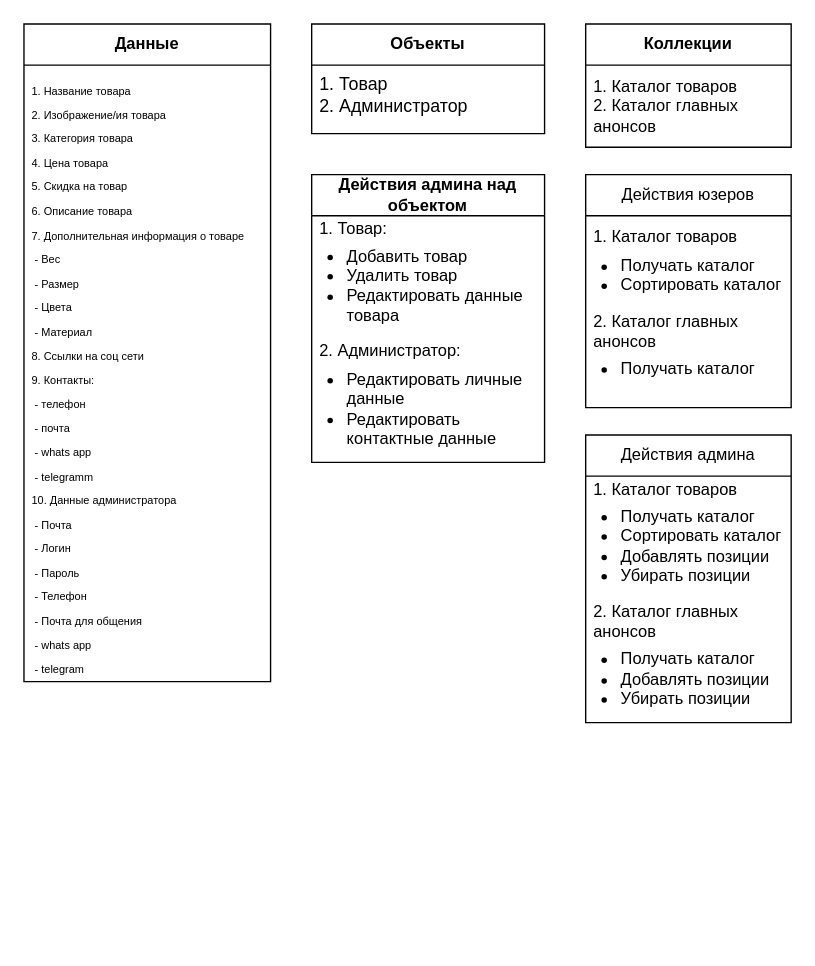
FulgrimPhoenix/My-UML keeps this draw.io diagram as margiana.drawio. Above is the earlier version. Source tidied: cells renumbered, new cells numbered last; positions are measured from the earlier drawing's top-left corner, leaving out a move shared by most shapes. Both pictures are drawn from the tidied source at 137%, with x=0, y=0 at pixel (23, 23).
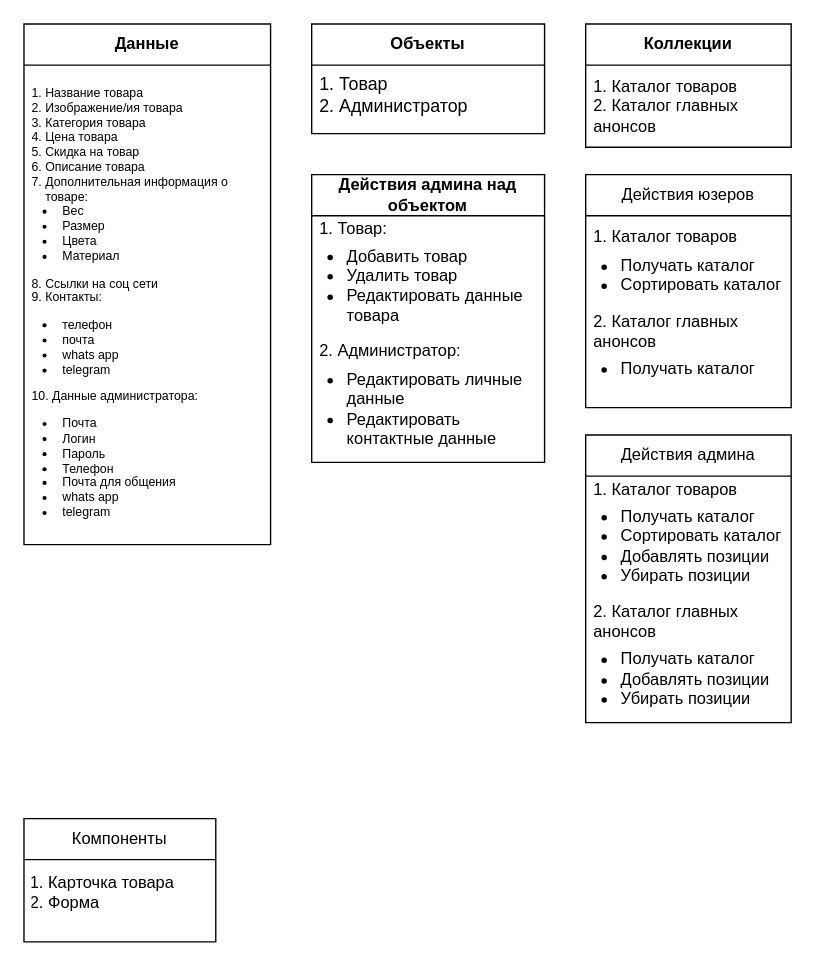
The same diagram, later.

Change to the diagram source:
```diff
@@
 <mxGraphModel>
   <root>
     <mxCell id="0" />
     <mxCell id="1" parent="0" />
     <mxCell id="2" value="&lt;b&gt;Данные&lt;/b&gt;" style="swimlane;fontStyle=0;horizontal=1;startSize=30;whiteSpace=wrap;html=1;" parent="1" vertex="1">
-      <mxGeometry width="180" height="480" as="geometry" />
+      <mxGeometry width="180" height="380" as="geometry" />
     </mxCell>
-    <mxCell id="3" value="&lt;p style=&quot;font-size: 8px;&quot;&gt;1. Название товара&lt;/p&gt;&lt;p style=&quot;font-size: 8px;&quot;&gt;2. Изображение/ия товара&lt;/p&gt;&lt;p style=&quot;font-size: 8px;&quot;&gt;3. Категория товара&lt;/p&gt;&lt;p style=&quot;font-size: 8px;&quot;&gt;4. Цена товара&lt;/p&gt;&lt;p style=&quot;font-size: 8px;&quot;&gt;5. Скидка на товар&lt;/p&gt;&lt;p style=&quot;font-size: 8px;&quot;&gt;6. Описание товара&lt;/p&gt;&lt;p style=&quot;font-size: 8px;&quot;&gt;7. Дополнительная информация о товаре&lt;/p&gt;&lt;p style=&quot;font-size: 8px;&quot;&gt;&amp;nbsp;- Вес&lt;/p&gt;&lt;p style=&quot;font-size: 8px;&quot;&gt;&amp;nbsp;- Размер&lt;/p&gt;&lt;p style=&quot;font-size: 8px;&quot;&gt;&amp;nbsp;- Цвета&lt;/p&gt;&lt;p style=&quot;font-size: 8px;&quot;&gt;&amp;nbsp;- Материал&lt;/p&gt;&lt;p style=&quot;font-size: 8px;&quot;&gt;8. Ссылки на соц сети&lt;/p&gt;&lt;p style=&quot;font-size: 8px;&quot;&gt;9. Контакты:&lt;/p&gt;&lt;p style=&quot;font-size: 8px;&quot;&gt;&amp;nbsp;- телефон&lt;/p&gt;&lt;p style=&quot;font-size: 8px;&quot;&gt;&amp;nbsp;- почта&lt;/p&gt;&lt;p style=&quot;font-size: 8px;&quot;&gt;&amp;nbsp;- whats app&lt;/p&gt;&lt;p style=&quot;font-size: 8px;&quot;&gt;&amp;nbsp;- telegramm&lt;/p&gt;&lt;p style=&quot;font-size: 8px;&quot;&gt;10. Данные администратора&lt;/p&gt;&lt;p style=&quot;font-size: 8px;&quot;&gt;&amp;nbsp;- Почта&lt;/p&gt;&lt;p style=&quot;font-size: 8px;&quot;&gt;&amp;nbsp;- Логин&lt;/p&gt;&lt;p style=&quot;font-size: 8px;&quot;&gt;&amp;nbsp;- Пароль&lt;/p&gt;&lt;p style=&quot;font-size: 8px;&quot;&gt;&amp;nbsp;- Телефон&lt;/p&gt;&lt;p style=&quot;font-size: 8px;&quot;&gt;&amp;nbsp;- Почта для общения&lt;/p&gt;&lt;p style=&quot;font-size: 8px;&quot;&gt;&amp;nbsp;- whats app&lt;/p&gt;&lt;p style=&quot;font-size: 8px;&quot;&gt;&amp;nbsp;- telegram&lt;/p&gt;" style="text;strokeColor=none;fillColor=none;align=left;verticalAlign=top;spacingLeft=4;spacingRight=4;overflow=hidden;whiteSpace=wrap;html=1;fontSize=8;" parent="2" vertex="1">
-      <mxGeometry y="30" width="180" height="450" as="geometry" />
+    <mxCell id="3" value="&lt;p style=&quot;font-size: 8px;&quot;&gt;&lt;/p&gt;&lt;ol style=&quot;padding-left: 10px; padding-bottom: 0px; margin-bottom: 0px; font-size: 9px;&quot;&gt;&lt;li&gt;&lt;font style=&quot;font-size: 9px;&quot;&gt;Название товара&lt;/font&gt;&lt;/li&gt;&lt;li&gt;&lt;font style=&quot;font-size: 9px;&quot;&gt;Изображение/ия товара&lt;/font&gt;&lt;/li&gt;&lt;li&gt;&lt;font style=&quot;font-size: 9px;&quot;&gt;Категория товара&lt;/font&gt;&lt;/li&gt;&lt;li&gt;&lt;font style=&quot;font-size: 9px;&quot;&gt;Цена товара&lt;/font&gt;&lt;/li&gt;&lt;li&gt;&lt;font style=&quot;font-size: 9px;&quot;&gt;Скидка на товар&lt;/font&gt;&lt;/li&gt;&lt;li&gt;&lt;font style=&quot;font-size: 9px;&quot;&gt;Описание товара&lt;/font&gt;&lt;/li&gt;&lt;li&gt;&lt;font style=&quot;font-size: 9px;&quot;&gt;Дополнительная информация о товаре:&lt;/font&gt;&lt;/li&gt;&lt;/ol&gt;&lt;ul style=&quot;padding-left: 20px; margin-top: 0px; margin-left: 0px; font-size: 9px;&quot;&gt;&lt;li&gt;&lt;font style=&quot;font-size: 9px;&quot;&gt;&amp;nbsp;Вес&lt;/font&gt;&lt;/li&gt;&lt;li&gt;&lt;font style=&quot;font-size: 9px;&quot;&gt;&amp;nbsp;Размер&lt;/font&gt;&lt;/li&gt;&lt;li&gt;&lt;font style=&quot;font-size: 9px;&quot;&gt;&amp;nbsp;Цвета&lt;/font&gt;&lt;/li&gt;&lt;li&gt;&lt;font style=&quot;font-size: 9px;&quot;&gt;&amp;nbsp;Материал&lt;/font&gt;&lt;/li&gt;&lt;/ul&gt;&lt;font style=&quot;font-size: 9px;&quot;&gt;&lt;span style=&quot;background-color: initial;&quot;&gt;8. Ссылки на соц сети&lt;/span&gt;&lt;br&gt;&lt;span style=&quot;background-color: initial;&quot;&gt;9. Контакты:&lt;/span&gt;&lt;br&gt;&lt;/font&gt;&lt;p style=&quot;font-size: 9px;&quot;&gt;&lt;/p&gt;&lt;p style=&quot;line-height: 120%; font-size: 9px;&quot;&gt;&lt;/p&gt;&lt;ul style=&quot;padding-left: 20px; margin-top: 0px; margin-bottom: 0px; line-height: 120%; font-size: 9px;&quot;&gt;&lt;li&gt;&lt;font style=&quot;font-size: 9px;&quot;&gt;&amp;nbsp;телефон&lt;/font&gt;&lt;/li&gt;&lt;li&gt;&lt;font style=&quot;font-size: 9px;&quot;&gt;&amp;nbsp;почта&lt;/font&gt;&lt;/li&gt;&lt;li&gt;&lt;font style=&quot;font-size: 9px;&quot;&gt;&amp;nbsp;whats app&lt;/font&gt;&lt;/li&gt;&lt;li&gt;&lt;font style=&quot;font-size: 9px;&quot;&gt;&amp;nbsp;telegram&lt;/font&gt;&lt;/li&gt;&lt;/ul&gt;&lt;p style=&quot;font-size: 9px;&quot;&gt;&lt;/p&gt;&lt;p style=&quot;font-size: 9px;&quot;&gt;&lt;font style=&quot;font-size: 9px;&quot;&gt;10. Данные администратора:&lt;/font&gt;&lt;/p&gt;&lt;p style=&quot;font-size: 9px;&quot;&gt;&lt;/p&gt;&lt;ul style=&quot;padding-left: 20px; font-size: 9px;&quot;&gt;&lt;li&gt;&lt;font style=&quot;font-size: 9px;&quot;&gt;&amp;nbsp;Почта&lt;/font&gt;&lt;/li&gt;&lt;li&gt;&lt;font style=&quot;font-size: 9px;&quot;&gt;&amp;nbsp;Логин&lt;/font&gt;&lt;/li&gt;&lt;li&gt;&lt;font style=&quot;font-size: 9px;&quot;&gt;&amp;nbsp;Пароль&lt;/font&gt;&lt;/li&gt;&lt;li&gt;&lt;font style=&quot;font-size: 9px;&quot;&gt;&amp;nbsp;Телефон&lt;/font&gt;&lt;/li&gt;&lt;li&gt;&lt;font style=&quot;font-size: 9px;&quot;&gt;&amp;nbsp;Почта для общения&lt;/font&gt;&lt;/li&gt;&lt;li&gt;&lt;font style=&quot;font-size: 9px;&quot;&gt;&amp;nbsp;whats app&lt;/font&gt;&lt;/li&gt;&lt;li&gt;&lt;font style=&quot;font-size: 9px;&quot;&gt;&amp;nbsp;telegram&lt;/font&gt;&lt;/li&gt;&lt;/ul&gt;&lt;p&gt;&lt;/p&gt;" style="text;strokeColor=none;fillColor=none;align=left;verticalAlign=top;spacingLeft=4;spacingRight=4;overflow=hidden;whiteSpace=wrap;html=1;fontSize=8;" parent="2" vertex="1">
+      <mxGeometry y="30" width="180" height="350" as="geometry" />
     </mxCell>
     <mxCell id="4" value="&lt;b&gt;Объекты&lt;/b&gt;" style="swimlane;fontStyle=0;horizontal=1;startSize=30;whiteSpace=wrap;html=1;align=center;" parent="1" vertex="1">
       <mxGeometry x="210" width="170" height="80" as="geometry" />
     </mxCell>
     <mxCell id="5" value="&lt;span style=&quot;background-color: initial; font-size: 13px;&quot;&gt;1. Товар&lt;/span&gt;&lt;br style=&quot;font-size: 13px;&quot;&gt;&lt;span style=&quot;background-color: initial; font-size: 13px;&quot;&gt;2. Администратор&lt;/span&gt;" style="text;strokeColor=none;fillColor=none;align=left;verticalAlign=top;spacingLeft=4;spacingRight=4;overflow=hidden;whiteSpace=wrap;html=1;fontSize=13;" parent="4" vertex="1">
       <mxGeometry y="30" width="170" height="50" as="geometry" />
     </mxCell>
     <mxCell id="6" value="&lt;b&gt;Коллекции&lt;/b&gt;" style="swimlane;fontStyle=0;horizontal=1;startSize=30;whiteSpace=wrap;html=1;" parent="1" vertex="1">
       <mxGeometry x="410" width="150" height="90" as="geometry" />
     </mxCell>
     <mxCell id="7" value="1. Каталог товаров&lt;div&gt;2. Каталог главных анонсов&lt;/div&gt;" style="text;strokeColor=none;fillColor=none;align=left;verticalAlign=middle;spacingLeft=4;spacingRight=4;overflow=hidden;whiteSpace=wrap;html=1;" parent="6" vertex="1">
       <mxGeometry y="30" width="150" height="60" as="geometry" />
     </mxCell>
     <mxCell id="8" value="&lt;b&gt;Действия админа над объектом&lt;/b&gt;" style="swimlane;fontStyle=0;horizontal=1;startSize=30;whiteSpace=wrap;html=1;" parent="1" vertex="1">
       <mxGeometry x="210" y="110" width="170" height="210" as="geometry" />
     </mxCell>
     <mxCell id="9" value="&lt;span style=&quot;background-color: initial;&quot;&gt;1. Товар:&lt;/span&gt;&lt;div&gt;&lt;ul style=&quot;padding-left: 20px; margin-top: 6px;&quot;&gt;&lt;li&gt;Добавить товар&lt;/li&gt;&lt;li&gt;Удалить товар&lt;/li&gt;&lt;li&gt;Редактировать данные товара&lt;/li&gt;&lt;/ul&gt;2. Администратор:&lt;/div&gt;&lt;div&gt;&lt;ul style=&quot;padding-left: 20px; margin-top: 6px;&quot;&gt;&lt;li&gt;Редактировать личные данные&lt;/li&gt;&lt;li&gt;Редактировать контактные данные&amp;nbsp;&lt;/li&gt;&lt;/ul&gt;&lt;/div&gt;" style="text;strokeColor=none;fillColor=none;align=left;verticalAlign=middle;spacingLeft=4;spacingRight=4;overflow=hidden;whiteSpace=wrap;html=1;" parent="8" vertex="1">
       <mxGeometry y="30" width="170" height="180" as="geometry" />
     </mxCell>
     <mxCell id="10" value="Действия юзеров" style="swimlane;fontStyle=0;horizontal=1;startSize=30;whiteSpace=wrap;html=1;" parent="1" vertex="1">
       <mxGeometry x="410" y="110" width="150" height="170" as="geometry" />
     </mxCell>
     <mxCell id="11" value="1. Каталог товаров&lt;br&gt;&lt;ul style=&quot;padding-left: 20px; margin-top: 6px;&quot;&gt;&lt;li&gt;Получать каталог&lt;/li&gt;&lt;li&gt;Сортировать каталог&lt;/li&gt;&lt;/ul&gt;&lt;div&gt;2. Каталог главных анонсов&lt;/div&gt;&lt;div&gt;&lt;ul style=&quot;padding-left: 20px; margin-top: 6px;&quot;&gt;&lt;li&gt;Получать каталог&lt;/li&gt;&lt;/ul&gt;&lt;/div&gt;" style="text;strokeColor=none;fillColor=none;align=left;verticalAlign=middle;spacingLeft=4;spacingRight=4;overflow=hidden;whiteSpace=wrap;html=1;" parent="10" vertex="1">
       <mxGeometry y="30" width="150" height="140" as="geometry" />
     </mxCell>
     <mxCell id="12" value="Действия админа" style="swimlane;fontStyle=0;horizontal=1;startSize=30;whiteSpace=wrap;html=1;" parent="1" vertex="1">
       <mxGeometry x="410" y="300" width="150" height="210" as="geometry" />
     </mxCell>
     <mxCell id="13" value="1. Каталог товаров&lt;br&gt;&lt;ul style=&quot;padding-left: 20px; margin-top: 6px;&quot;&gt;&lt;li&gt;Получать каталог&lt;/li&gt;&lt;li&gt;Сортировать каталог&lt;/li&gt;&lt;li&gt;Добавлять позиции&lt;/li&gt;&lt;li&gt;Убирать позиции&lt;/li&gt;&lt;/ul&gt;&lt;div&gt;2. Каталог главных анонсов&lt;/div&gt;&lt;div&gt;&lt;ul style=&quot;padding-left: 20px; margin-top: 6px;&quot;&gt;&lt;li&gt;Получать каталог&lt;/li&gt;&lt;li&gt;Добавлять позиции&lt;/li&gt;&lt;li&gt;Убирать позиции&lt;/li&gt;&lt;/ul&gt;&lt;/div&gt;" style="text;strokeColor=none;fillColor=none;align=left;verticalAlign=middle;spacingLeft=4;spacingRight=4;overflow=hidden;whiteSpace=wrap;html=1;" parent="12" vertex="1">
       <mxGeometry y="30" width="150" height="180" as="geometry" />
     </mxCell>
+    <mxCell id="14" value="Компоненты" style="swimlane;fontStyle=0;horizontal=1;startSize=30;whiteSpace=wrap;html=1;" parent="1" vertex="1">
+      <mxGeometry y="580" width="140" height="90" as="geometry" />
+    </mxCell>
+    <mxCell id="15" value="&lt;ol style=&quot;padding-left: 12px; margin-top: 0px;&quot;&gt;&lt;li&gt;Карточка товара&lt;/li&gt;&lt;li&gt;Форма&lt;/li&gt;&lt;/ol&gt;" style="text;strokeColor=none;fillColor=none;align=left;verticalAlign=middle;spacingLeft=4;spacingRight=4;overflow=hidden;whiteSpace=wrap;html=1;" parent="14" vertex="1">
+      <mxGeometry y="30" width="140" height="60" as="geometry" />
+    </mxCell>
   </root>
 </mxGraphModel>
```
